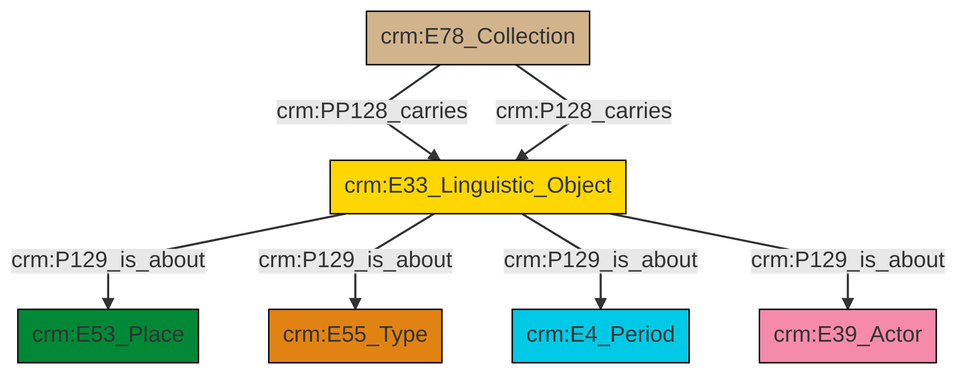
Before: et/archivalCSV/ttl/mmd/png/archival_aboutness.png, a diagram exported from Mermaid (swiss-art-research-net/docs.swissartresearch). Its source is kept beside it as et/archivalCSV/ttl/mmd/archival_aboutness.ttl.mmd.
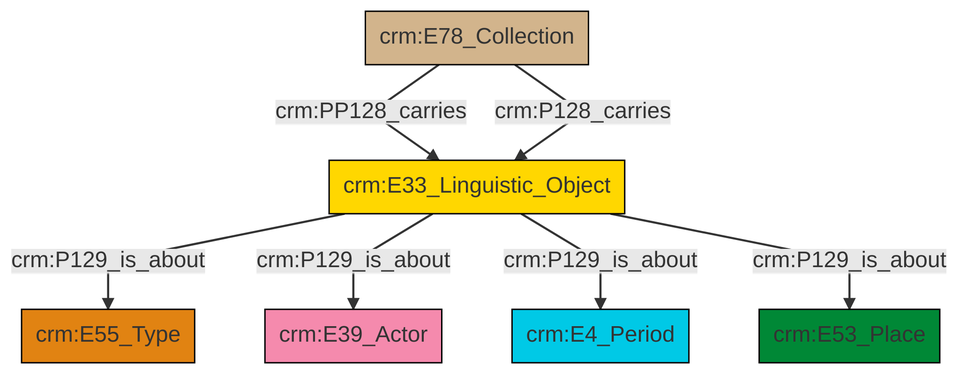
The same file after the commit.

Diff of the diagram source:
```diff
@@ -13,9 +13,9 @@
 classDef PC_Classes fill:#4ce600, stroke:#000000;
 classDef Multi fill:#cccccc,stroke:#000000;
 
-6["crm:E33_Linguistic_Object"]:::Conceptual_Object -->|crm:P129_is_about| 4["crm:E53_Place"]:::Place
-6["crm:E33_Linguistic_Object"]:::Conceptual_Object -->|crm:P129_is_about| 8["crm:E55_Type"]:::Type
-6["crm:E33_Linguistic_Object"]:::Conceptual_Object -->|crm:P129_is_about| 9["crm:E4_Period"]:::Temporal_Entity
-0["crm:E78_Collection"]:::Physical_Thing -->|crm:PP128_carries| 6["crm:E33_Linguistic_Object"]:::Conceptual_Object
-0["crm:E78_Collection"]:::Physical_Thing -->|crm:P128_carries| 6["crm:E33_Linguistic_Object"]:::Conceptual_Object
-6["crm:E33_Linguistic_Object"]:::Conceptual_Object -->|crm:P129_is_about| 2["crm:E39_Actor"]:::Actor
+2["crm:E33_Linguistic_Object"]:::Conceptual_Object -->|crm:P129_is_about| 0["crm:E55_Type"]:::Type
+2["crm:E33_Linguistic_Object"]:::Conceptual_Object -->|crm:P129_is_about| 5["crm:E39_Actor"]:::Actor
+2["crm:E33_Linguistic_Object"]:::Conceptual_Object -->|crm:P129_is_about| 3["crm:E4_Period"]:::Temporal_Entity
+2["crm:E33_Linguistic_Object"]:::Conceptual_Object -->|crm:P129_is_about| 8["crm:E53_Place"]:::Place
+6["crm:E78_Collection"]:::Physical_Thing -->|crm:PP128_carries| 2["crm:E33_Linguistic_Object"]:::Conceptual_Object
+6["crm:E78_Collection"]:::Physical_Thing -->|crm:P128_carries| 2["crm:E33_Linguistic_Object"]:::Conceptual_Object
```
